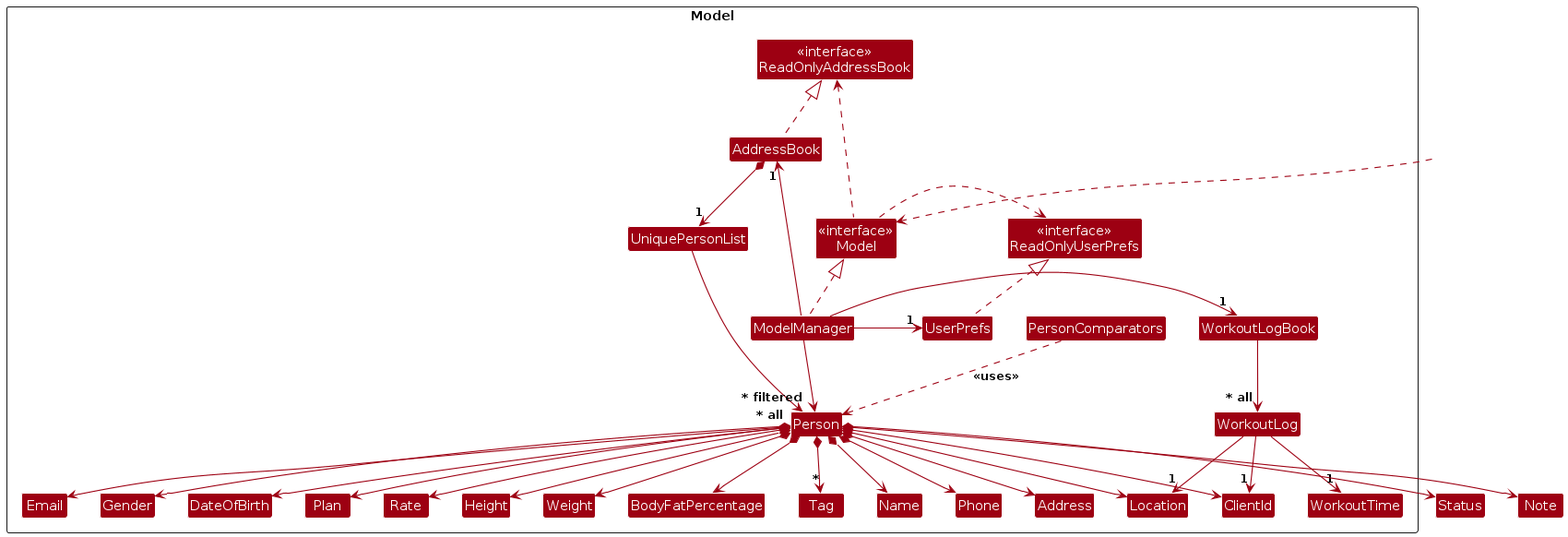
Above: diagrams/ModelClassDiagram.png in prickloll/tp (PlantUML), before the change. Its source is kept beside it as diagrams/ModelClassDiagram.puml.
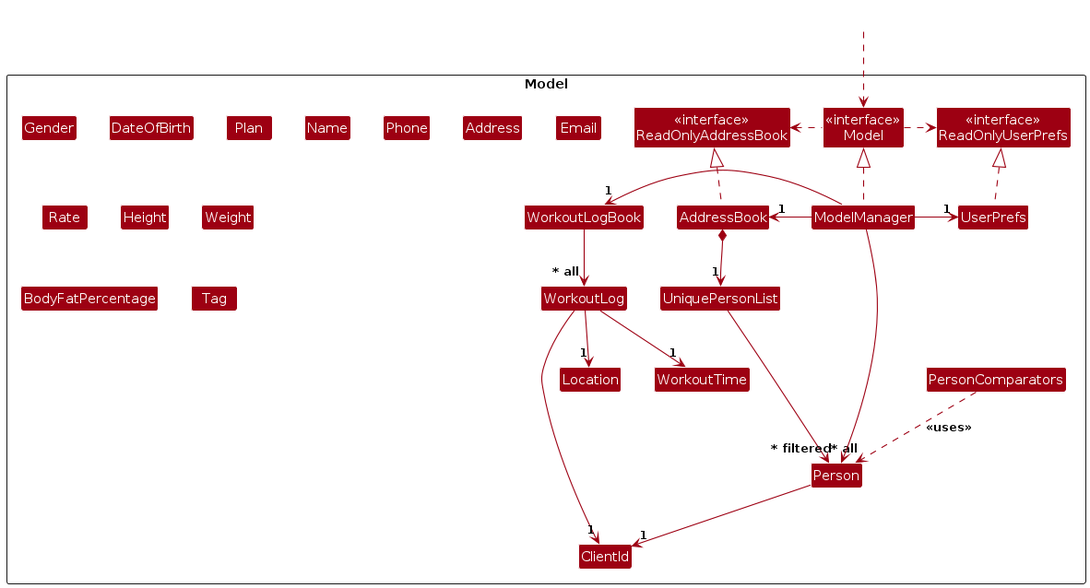
Above is the later version.

Change to the diagram source:
```diff
@@ -57,22 +57,7 @@
 AddressBook *--> "1" UniquePersonList
 UniquePersonList --> "~* all" Person
 PersonComparators ..> Person : <<uses>>
-Person *--> ClientId
-Person *--> Name
-Person *--> Phone
-Person *--> Email
-Person *--> Address
-Person *--> "*" Tag
-Person *--> Gender
-Person *--> DateOfBirth
-Person *--> Location
-Person *--> Note
-Person *--> Plan
-Person *--> Rate
-Person *--> Status
-Person *--> Height
-Person *--> Weight
-Person *--> BodyFatPercentage
+Person --> "1" ClientId
 
 Person -[hidden]up--> I
 UniquePersonList -[hidden]right-> I
```
